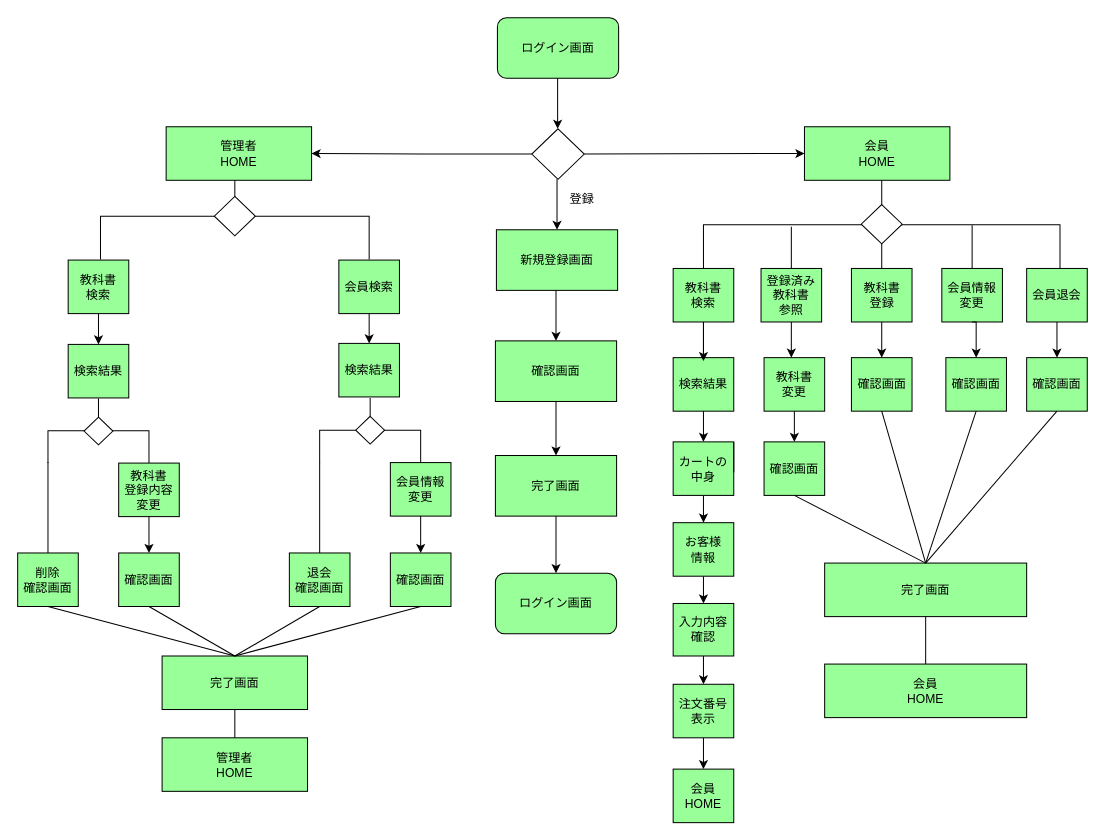
Before: 外部設計/画面遷移図.drawio in 2022java42-student022/document, a draw.io diagram. Source tidied: cells renumbered, new cells numbered last; positions are measured from the earlier drawing's top-left corner, leaving out a move shared by most shapes. Both pictures are drawn from the tidied source at 101%, with x=0, y=0 at pixel (17, 17).
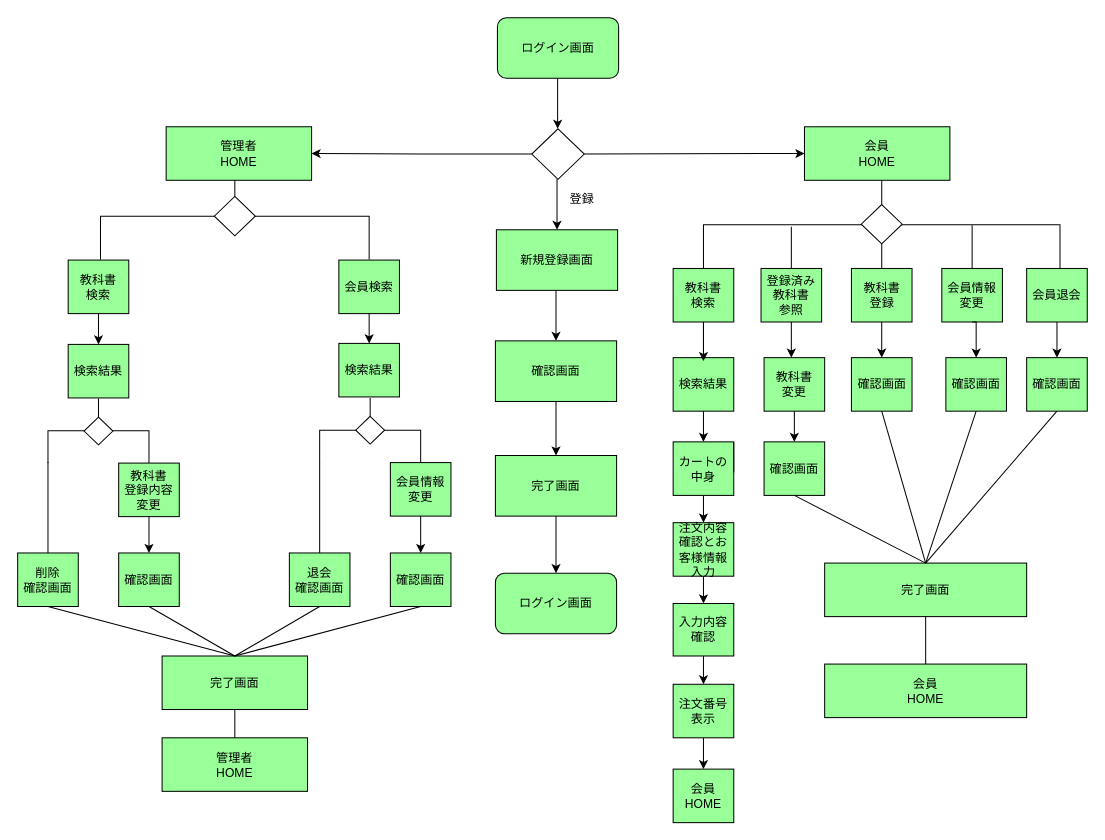
Above is the later version.

Commit message (it also covers changes not shown here):
画面遷移図のなかの名前をすこし変えました、

The edit, as a diff of the source:
```diff
@@
-    <mxCell id="37" value="お客様&lt;br&gt;情報" style="rounded=0;whiteSpace=wrap;html=1;sketch=0;strokeWidth=1;fillColor=#99FF99;" parent="1" vertex="1">
+    <mxCell id="37" value="注文内容確認とお客様情報入力" style="rounded=0;whiteSpace=wrap;html=1;sketch=0;strokeWidth=1;fillColor=#99FF99;" parent="1" vertex="1">
       <mxGeometry x="649" y="500" width="60" height="53" as="geometry" />
     </mxCell>
```
